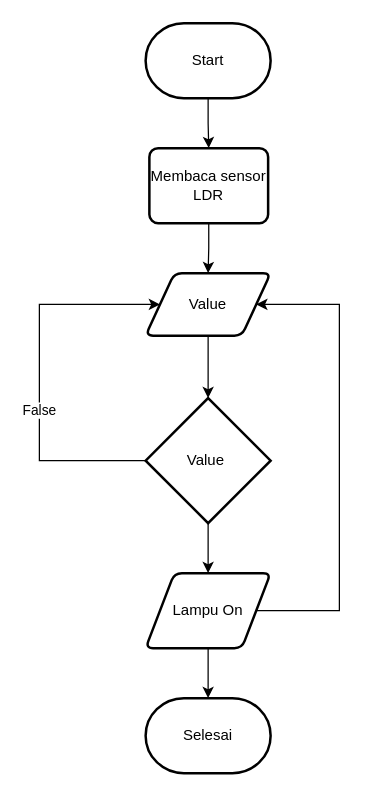
Above: diagram/Flowchart LDR.drawio in lalala2b/project-bpvp (draw.io), before the change. Source tidied: cells renumbered, new cells numbered last; positions are measured from the earlier drawing's top-left corner, leaving out a move shared by most shapes. Both pictures are drawn from the tidied source at 125%, with x=0, y=0 at pixel (39, 22).
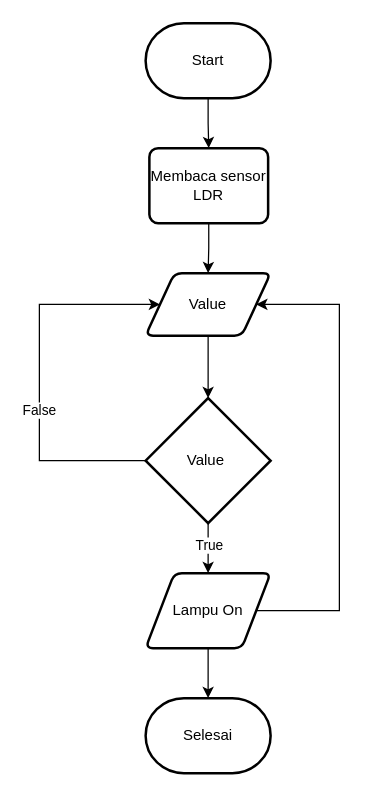
The same page after the edit.

The change refers to these unchanged cells:
```xml
<mxCell id="9" style="edgeStyle=orthogonalEdgeStyle;rounded=0;jettySize=auto;html=1;exitX=0.5;exitY=1;exitDx=0;exitDy=0;exitPerimeter=0;entryX=0.5;entryY=0;entryDx=0;entryDy=0;" parent="1" edge="1" source="10" target="13">
  <mxGeometry relative="1" as="geometry" />
</mxCell>
```

The edit, as a diff of the source:
```diff
@@
+    <mxCell id="16" value="True" style="edgeLabel;html=1;align=center;verticalAlign=middle;" parent="9" vertex="1">
+      <mxGeometry x="-0.13" relative="1" as="geometry" />
+    </mxCell>
```
